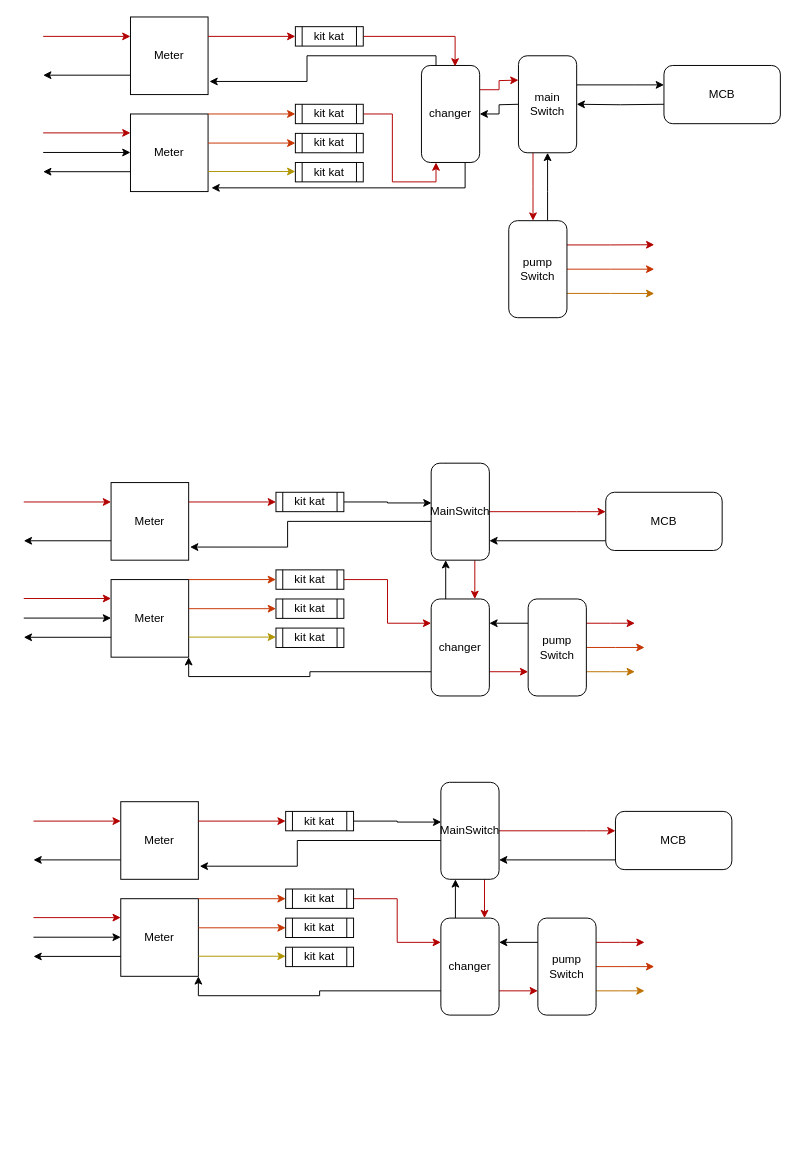
Above: assets/circuit.drawio in ShashwatRanjan/my_home (draw.io), before the change. Source tidied: cells renumbered, new cells numbered last; positions are measured from the earlier drawing's top-left corner, leaving out a move shared by most shapes. Both pictures are drawn from the tidied source at 97%, with x=0, y=0 at pixel (23, 16).
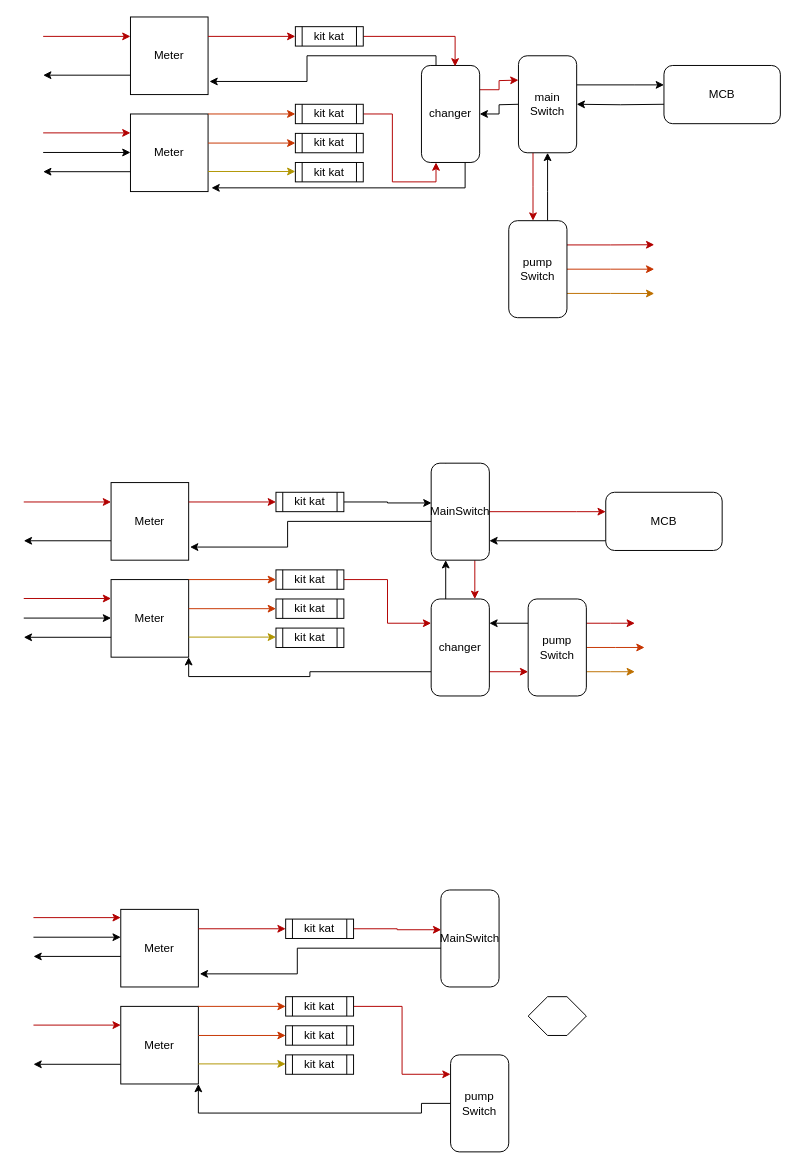
Above is the later version.

Change to the diagram source:
```diff
@@
     <mxCell id="66" style="endArrow=classic;html=1;fillColor=#e51400;strokeColor=#B20000;" parent="1" edge="1">
       <mxGeometry relative="1" as="geometry">
-        <mxPoint x="10" y="829" as="sourcePoint" />
-        <mxPoint x="100" y="829" as="targetPoint" />
+        <mxPoint x="10" y="1039.3" as="sourcePoint" />
+        <mxPoint x="100" y="1039.3" as="targetPoint" />
       </mxGeometry>
     </mxCell>
     <mxCell id="67" style="endArrow=classic;html=1;" parent="1" edge="1">
       <mxGeometry relative="1" as="geometry">
-        <mxPoint x="100" y="869" as="sourcePoint" />
-        <mxPoint x="10" y="869" as="targetPoint" />
+        <mxPoint x="100" y="1079.7" as="sourcePoint" />
+        <mxPoint x="10" y="1079.7" as="targetPoint" />
       </mxGeometry>
     </mxCell>
-    <mxCell id="68" style="edgeStyle=orthogonalEdgeStyle;rounded=0;jettySize=auto;html=1;exitX=0;exitY=0.75;exitDx=0;exitDy=0;entryX=1;entryY=1;entryDx=0;entryDy=0;" parent="1" edge="1" source="90" target="69">
-      <mxGeometry relative="1" as="geometry" />
-    </mxCell>
     <mxCell id="69" value="Meter" style="whiteSpace=wrap;html=1;" parent="1" vertex="1">
-      <mxGeometry x="100" y="909" width="80" height="80" as="geometry" />
+      <mxGeometry x="100" y="1020" width="80" height="80" as="geometry" />
     </mxCell>
     <mxCell id="70" value="Meter" style="whiteSpace=wrap;html=1;" parent="1" vertex="1">
-      <mxGeometry x="100" y="809" width="80" height="80" as="geometry" />
+      <mxGeometry x="100" y="920" width="80" height="80" as="geometry" />
     </mxCell>
@@
     <mxCell id="73" style="endArrow=classic;html=1;fillColor=#e51400;strokeColor=#B20000;" parent="1" edge="1">
       <mxGeometry relative="1" as="geometry">
-        <mxPoint x="180" y="829" as="sourcePoint" />
-        <mxPoint x="270" y="829" as="targetPoint" />
+        <mxPoint x="180" y="940" as="sourcePoint" />
+        <mxPoint x="270" y="940" as="targetPoint" />
       </mxGeometry>
     </mxCell>
     <mxCell id="74" style="endArrow=classic;html=1;fillColor=#fa6800;strokeColor=#C73500;" parent="1" edge="1">
       <mxGeometry relative="1" as="geometry">
-        <mxPoint x="180" y="939" as="sourcePoint" />
-        <mxPoint x="270" y="939" as="targetPoint" />
+        <mxPoint x="180" y="1050" as="sourcePoint" />
+        <mxPoint x="270" y="1050" as="targetPoint" />
       </mxGeometry>
     </mxCell>
     <mxCell id="75" style="endArrow=classic;html=1;fillColor=#e3c800;strokeColor=#B09500;" parent="1" edge="1">
       <mxGeometry relative="1" as="geometry">
-        <mxPoint x="180" y="968.3" as="sourcePoint" />
-        <mxPoint x="270" y="968.3" as="targetPoint" />
+        <mxPoint x="180" y="1079.3" as="sourcePoint" />
+        <mxPoint x="270" y="1079.3" as="targetPoint" />
       </mxGeometry>
     </mxCell>
     <mxCell id="76" style="endArrow=classic;html=1;fillColor=#fa6800;strokeColor=#C73500;" parent="1" edge="1">
       <mxGeometry relative="1" as="geometry">
-        <mxPoint x="180" y="909" as="sourcePoint" />
-        <mxPoint x="270" y="909" as="targetPoint" />
+        <mxPoint x="180" y="1020" as="sourcePoint" />
+        <mxPoint x="270" y="1020" as="targetPoint" />
       </mxGeometry>
     </mxCell>
     <mxCell id="77" style="edgeStyle=orthogonalEdgeStyle;rounded=0;jettySize=auto;html=1;exitX=0.25;exitY=0;exitDx=0;exitDy=0;entryX=1.018;entryY=0.831;entryDx=0;entryDy=0;entryPerimeter=0;" parent="1" edge="1" source="80" target="70">
       <mxGeometry relative="1" as="geometry">
         <Array as="points">
-          <mxPoint x="282" y="849" />
-          <mxPoint x="282" y="876" />
+          <mxPoint x="282" y="960" />
+          <mxPoint x="282" y="987" />
         </Array>
       </mxGeometry>
     </mxCell>
-    <mxCell id="78" style="edgeStyle=orthogonalEdgeStyle;rounded=0;jettySize=auto;html=1;fillColor=#e51400;strokeColor=#B20000;" parent="1" edge="1" source="80" target="96">
-      <mxGeometry relative="1" as="geometry">
-        <Array as="points">
-          <mxPoint x="580" y="839" />
-          <mxPoint x="580" y="839" />
-        </Array>
-      </mxGeometry>
-    </mxCell>
-    <mxCell id="79" style="edgeStyle=orthogonalEdgeStyle;rounded=0;jettySize=auto;html=1;exitX=0.75;exitY=1;exitDx=0;exitDy=0;entryX=0.75;entryY=0;entryDx=0;entryDy=0;fillColor=#e51400;strokeColor=#B20000;" parent="1" edge="1" source="80" target="90">
-      <mxGeometry relative="1" as="geometry" />
-    </mxCell>
     <mxCell id="80" value="MainSwitch" style="rounded=1;whiteSpace=wrap;html=1;" parent="1" vertex="1">
-      <mxGeometry x="430" y="789" width="60" height="100" as="geometry" />
+      <mxGeometry x="430" y="900" width="60" height="100" as="geometry" />
     </mxCell>
@@
-    <mxCell id="82" style="edgeStyle=orthogonalEdgeStyle;rounded=0;jettySize=auto;html=1;entryX=0;entryY=0.25;entryDx=0;entryDy=0;fillColor=#e51400;strokeColor=#B20000;" parent="1" edge="1" source="83" target="90">
-      <mxGeometry relative="1" as="geometry" />
-    </mxCell>
+    <mxCell id="98" style="edgeStyle=orthogonalEdgeStyle;rounded=0;jettySize=auto;html=1;entryX=0;entryY=0.2;entryDx=0;entryDy=0;entryPerimeter=0;fillColor=#e51400;strokeColor=#B20000;" parent="1" edge="1" source="83" target="95">
+      <mxGeometry relative="1" as="geometry" />
+    </mxCell>
     <mxCell id="83" value="kit kat" style="shape=process;whiteSpace=wrap;html=1;backgroundOutline=1;" parent="1" vertex="1">
-      <mxGeometry x="270" y="899" width="70" height="20" as="geometry" />
+      <mxGeometry x="270" y="1010" width="70" height="20" as="geometry" />
     </mxCell>
-    <mxCell id="84" style="edgeStyle=orthogonalEdgeStyle;rounded=0;jettySize=auto;html=1;entryX=0.006;entryY=0.41;entryDx=0;entryDy=0;entryPerimeter=0;" parent="1" edge="1" source="85" target="80">
+    <mxCell id="84" style="edgeStyle=orthogonalEdgeStyle;rounded=0;jettySize=auto;html=1;entryX=0.006;entryY=0.41;entryDx=0;entryDy=0;entryPerimeter=0;fillColor=#e51400;strokeColor=#B20000;" parent="1" edge="1" source="85" target="80">
       <mxGeometry relative="1" as="geometry" />
     </mxCell>
     <mxCell id="85" value="kit kat" style="shape=process;whiteSpace=wrap;html=1;backgroundOutline=1;" parent="1" vertex="1">
-      <mxGeometry x="270" y="819" width="70" height="20" as="geometry" />
+      <mxGeometry x="270" y="930" width="70" height="20" as="geometry" />
     </mxCell>
     <mxCell id="86" value="kit kat" style="shape=process;whiteSpace=wrap;html=1;backgroundOutline=1;" parent="1" vertex="1">
-      <mxGeometry x="270" y="959" width="70" height="20" as="geometry" />
+      <mxGeometry x="270" y="1070" width="70" height="20" as="geometry" />
     </mxCell>
     <mxCell id="87" value="kit kat" style="shape=process;whiteSpace=wrap;html=1;backgroundOutline=1;" parent="1" vertex="1">
-      <mxGeometry x="270" y="929" width="70" height="20" as="geometry" />
+      <mxGeometry x="270" y="1040" width="70" height="20" as="geometry" />
     </mxCell>
-    <mxCell id="88" style="edgeStyle=orthogonalEdgeStyle;rounded=0;jettySize=auto;html=1;exitX=0.25;exitY=0;exitDx=0;exitDy=0;entryX=0.25;entryY=1;entryDx=0;entryDy=0;" parent="1" edge="1" source="90" target="80">
-      <mxGeometry relative="1" as="geometry" />
-    </mxCell>
-    <mxCell id="89" style="edgeStyle=orthogonalEdgeStyle;rounded=0;jettySize=auto;html=1;exitX=1;exitY=0.75;exitDx=0;exitDy=0;entryX=0;entryY=0.75;entryDx=0;entryDy=0;fillColor=#e51400;strokeColor=#B20000;" parent="1" edge="1" source="90" target="95">
-      <mxGeometry relative="1" as="geometry" />
-    </mxCell>
-    <mxCell id="90" value="changer" style="rounded=1;whiteSpace=wrap;html=1;" parent="1" vertex="1">
-      <mxGeometry x="430" y="929" width="60" height="100" as="geometry" />
-    </mxCell>
-    <mxCell id="91" style="edgeStyle=orthogonalEdgeStyle;rounded=0;jettySize=auto;html=1;exitX=1;exitY=0.25;exitDx=0;exitDy=0;fillColor=#e51400;strokeColor=#B20000;" parent="1" edge="1" source="95">
-      <mxGeometry relative="1" as="geometry">
-        <mxPoint x="640" y="954" as="targetPoint" />
-      </mxGeometry>
-    </mxCell>
-    <mxCell id="92" style="edgeStyle=orthogonalEdgeStyle;rounded=0;jettySize=auto;html=1;fillColor=#fa6800;strokeColor=#C73500;" parent="1" edge="1" source="95">
-      <mxGeometry relative="1" as="geometry">
-        <mxPoint x="650" y="979" as="targetPoint" />
-      </mxGeometry>
-    </mxCell>
-    <mxCell id="93" style="edgeStyle=orthogonalEdgeStyle;rounded=0;jettySize=auto;html=1;exitX=1;exitY=0.75;exitDx=0;exitDy=0;fillColor=#f0a30a;strokeColor=#BD7000;" parent="1" edge="1" source="95">
-      <mxGeometry relative="1" as="geometry">
-        <mxPoint x="640" y="1004" as="targetPoint" />
-      </mxGeometry>
-    </mxCell>
-    <mxCell id="94" style="edgeStyle=orthogonalEdgeStyle;rounded=0;jettySize=auto;html=1;exitX=0;exitY=0.25;exitDx=0;exitDy=0;entryX=1;entryY=0.25;entryDx=0;entryDy=0;" parent="1" edge="1" source="95" target="90">
-      <mxGeometry relative="1" as="geometry" />
-    </mxCell>
+    <mxCell id="99" style="edgeStyle=orthogonalEdgeStyle;rounded=0;jettySize=auto;html=1;entryX=1;entryY=1;entryDx=0;entryDy=0;" parent="1" edge="1" source="95" target="69">
+      <mxGeometry relative="1" as="geometry">
+        <Array as="points">
+          <mxPoint x="410" y="1120" />
+          <mxPoint x="410" y="1130" />
+          <mxPoint x="180" y="1130" />
+        </Array>
+      </mxGeometry>
+    </mxCell>
     <mxCell id="95" value="pump Switch" style="rounded=1;whiteSpace=wrap;html=1;" parent="1" vertex="1">
-      <mxGeometry x="530" y="929" width="60" height="100" as="geometry" />
+      <mxGeometry x="440" y="1070" width="60" height="100" as="geometry" />
     </mxCell>
-    <mxCell id="96" value="MCB" style="rounded=1;whiteSpace=wrap;html=1;" parent="1" vertex="1">
-      <mxGeometry x="610" y="819" width="120" height="60" as="geometry" />
-    </mxCell>
-    <mxCell id="97" style="edgeStyle=orthogonalEdgeStyle;rounded=0;orthogonalLoop=1;jettySize=auto;html=1;" parent="1" edge="1">
-      <mxGeometry relative="1" as="geometry">
-        <mxPoint x="610" y="869" as="sourcePoint" />
-        <mxPoint x="490" y="869" as="targetPoint" />
-      </mxGeometry>
-    </mxCell>
+    <mxCell id="100" style="shape=hexagon;perimeter=hexagonPerimeter2;whiteSpace=wrap;html=1;fixedSize=1;" parent="1" vertex="1">
+      <mxGeometry x="520" y="1010" width="60" height="40" as="geometry" />
+    </mxCell>
```
